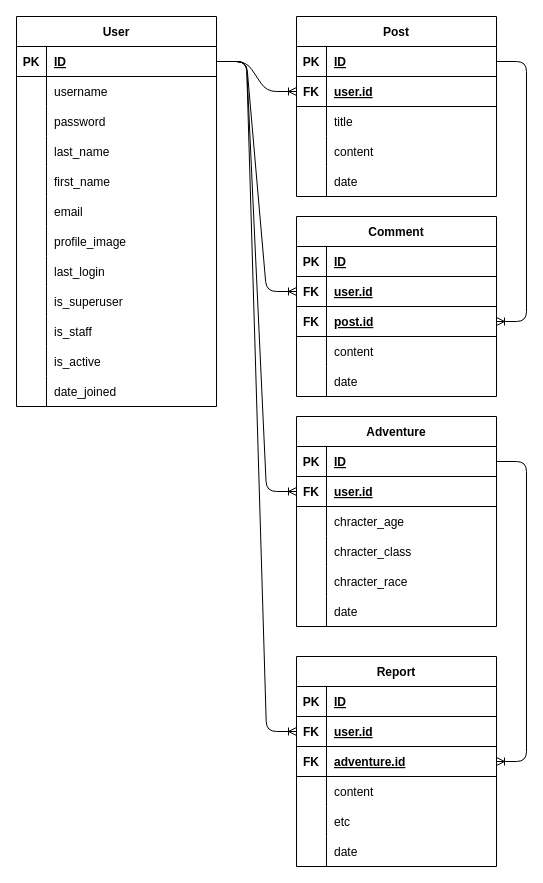
Before: plan/erd.drawio in onedaydev/OneDayAdventure, a draw.io diagram. Source tidied: cells renumbered, new cells numbered last; positions are measured from the earlier drawing's top-left corner, leaving out a move shared by most shapes. Both pictures are drawn from the tidied source at 100%, with x=0, y=0 at pixel (16, 16).
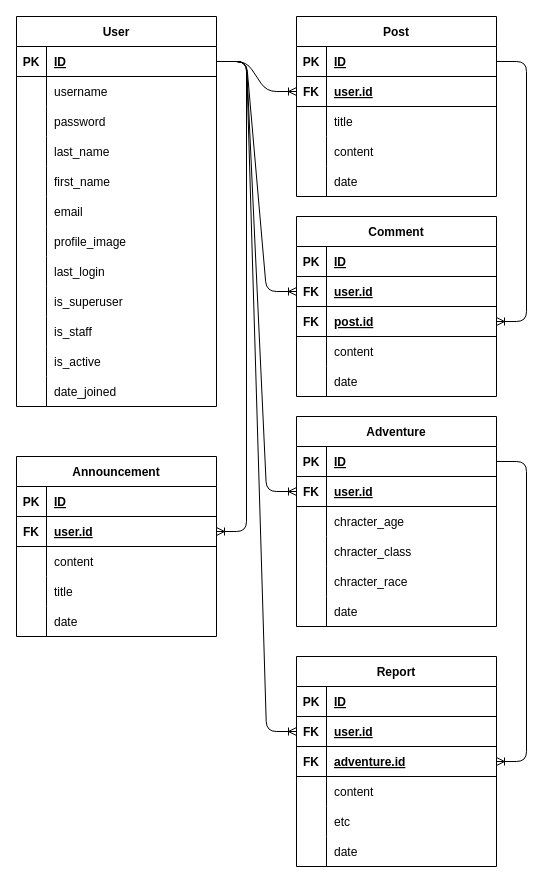
The same diagram, later.

Unchanged cells that the change refers to:
```xml
<mxCell id="5" value="ID" style="shape=partialRectangle;fillColor=none;top=0;left=0;bottom=0;right=0;align=left;spacingLeft=6;fontStyle=5;overflow=hidden;" parent="3" vertex="1">
  <mxGeometry x="30" width="170" height="30" as="geometry" />
</mxCell>
```

Change to the diagram source:
```diff
@@
+    <mxCell id="115" value="Announcement" style="shape=table;startSize=30;childLayout=tableLayout;rowLines=0;fontStyle=1;align=center;" parent="1" vertex="1">
+      <mxGeometry y="440" width="200" height="180" as="geometry" />
+    </mxCell>
+    <mxCell id="116" style="shape=tableRow;horizontal=0;startSize=0;swimlaneHead=0;swimlaneBody=0;fillColor=none;top=0;left=0;right=0;bottom=1;" parent="115" vertex="1">
+      <mxGeometry y="30" width="200" height="30" as="geometry" />
+    </mxCell>
+    <mxCell id="117" value="PK" style="shape=partialRectangle;fillColor=none;top=0;left=0;bottom=0;right=0;fontStyle=1;overflow=hidden;" parent="116" vertex="1">
+      <mxGeometry width="30" height="30" as="geometry" />
+    </mxCell>
+    <mxCell id="118" value="ID" style="shape=partialRectangle;fillColor=none;top=0;left=0;bottom=0;right=0;align=left;spacingLeft=6;fontStyle=5;overflow=hidden;" parent="116" vertex="1">
+      <mxGeometry x="30" width="170" height="30" as="geometry" />
+    </mxCell>
+    <mxCell id="119" style="shape=tableRow;horizontal=0;startSize=0;swimlaneHead=0;swimlaneBody=0;fillColor=none;points=[[0,0.5],[1,0.5]];portConstraint=eastwest;top=0;left=0;right=0;bottom=1;" parent="115" vertex="1">
+      <mxGeometry y="60" width="200" height="30" as="geometry" />
+    </mxCell>
+    <mxCell id="120" value="FK" style="shape=partialRectangle;fillColor=none;top=0;left=0;bottom=0;right=0;fontStyle=1;overflow=hidden;" parent="119" vertex="1">
+      <mxGeometry width="30" height="30" as="geometry" />
+    </mxCell>
+    <mxCell id="121" value="user.id" style="shape=partialRectangle;fillColor=none;top=0;left=0;bottom=0;right=0;align=left;spacingLeft=6;fontStyle=5;overflow=hidden;" parent="119" vertex="1">
+      <mxGeometry x="30" width="170" height="30" as="geometry" />
+    </mxCell>
+    <mxCell id="122" style="shape=tableRow;horizontal=0;startSize=0;swimlaneHead=0;swimlaneBody=0;fillColor=none;top=0;left=0;right=0;bottom=0;" parent="115" vertex="1">
+      <mxGeometry y="90" width="200" height="30" as="geometry" />
+    </mxCell>
+    <mxCell id="123" style="shape=partialRectangle;fillColor=none;top=0;left=0;bottom=0;right=0;overflow=hidden;" parent="122" vertex="1">
+      <mxGeometry width="30" height="30" as="geometry" />
+    </mxCell>
+    <mxCell id="124" value="content" style="shape=partialRectangle;fillColor=none;top=0;left=0;bottom=0;right=0;align=left;spacingLeft=6;overflow=hidden;" parent="122" vertex="1">
+      <mxGeometry x="30" width="170" height="30" as="geometry" />
+    </mxCell>
+    <mxCell id="125" style="shape=tableRow;horizontal=0;startSize=0;swimlaneHead=0;swimlaneBody=0;fillColor=none;top=0;left=0;right=0;bottom=0;" parent="115" vertex="1">
+      <mxGeometry y="120" width="200" height="30" as="geometry" />
+    </mxCell>
+    <mxCell id="126" style="shape=partialRectangle;fillColor=none;top=0;left=0;bottom=0;right=0;overflow=hidden;" parent="125" vertex="1">
+      <mxGeometry width="30" height="30" as="geometry" />
+    </mxCell>
+    <mxCell id="127" value="title" style="shape=partialRectangle;fillColor=none;top=0;left=0;bottom=0;right=0;align=left;spacingLeft=6;overflow=hidden;" parent="125" vertex="1">
+      <mxGeometry x="30" width="170" height="30" as="geometry" />
+    </mxCell>
+    <mxCell id="128" style="shape=tableRow;horizontal=0;startSize=0;swimlaneHead=0;swimlaneBody=0;fillColor=none;top=0;left=0;right=0;bottom=0;" parent="115" vertex="1">
+      <mxGeometry y="150" width="200" height="30" as="geometry" />
+    </mxCell>
+    <mxCell id="129" style="shape=partialRectangle;fillColor=none;top=0;left=0;bottom=0;right=0;overflow=hidden;" parent="128" vertex="1">
+      <mxGeometry width="30" height="30" as="geometry" />
+    </mxCell>
+    <mxCell id="130" value="date" style="shape=partialRectangle;fillColor=none;top=0;left=0;bottom=0;right=0;align=left;spacingLeft=6;overflow=hidden;" parent="128" vertex="1">
+      <mxGeometry x="30" width="170" height="30" as="geometry" />
+    </mxCell>
+    <mxCell id="131" style="edgeStyle=entityRelationEdgeStyle;fontSize=12;html=1;endArrow=ERoneToMany;entryX=1;entryY=0.5;entryDx=0;entryDy=0;exitX=1;exitY=0.5;exitDx=0;exitDy=0;" parent="1" edge="1" source="5" target="119">
+      <mxGeometry relative="1" as="geometry" />
+    </mxCell>
```
